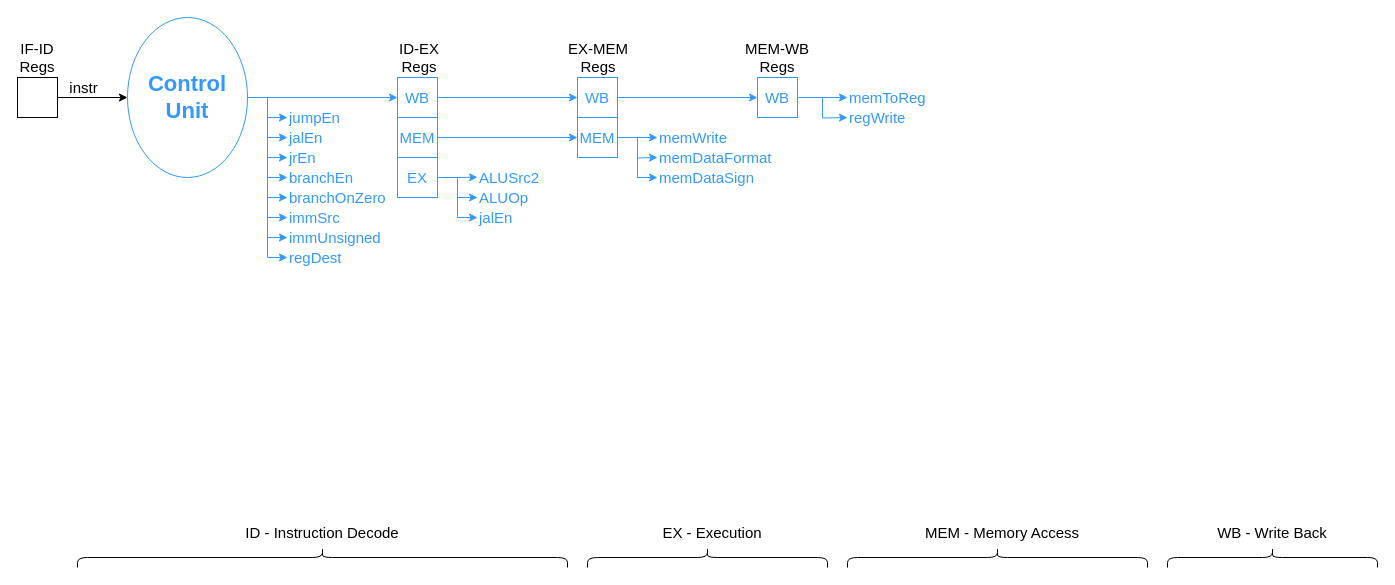
Before: page "CU" (4 of 16) of docs/dlx_architecture.drawio in lorenzobadas/DLX, a draw.io diagram. Source tidied: cells renumbered, new cells numbered last; positions are measured from the earlier drawing's top-left corner, leaving out a move shared by most shapes. Both pictures are drawn from the tidied source at 100%, with x=0, y=0 at pixel (17, 17).
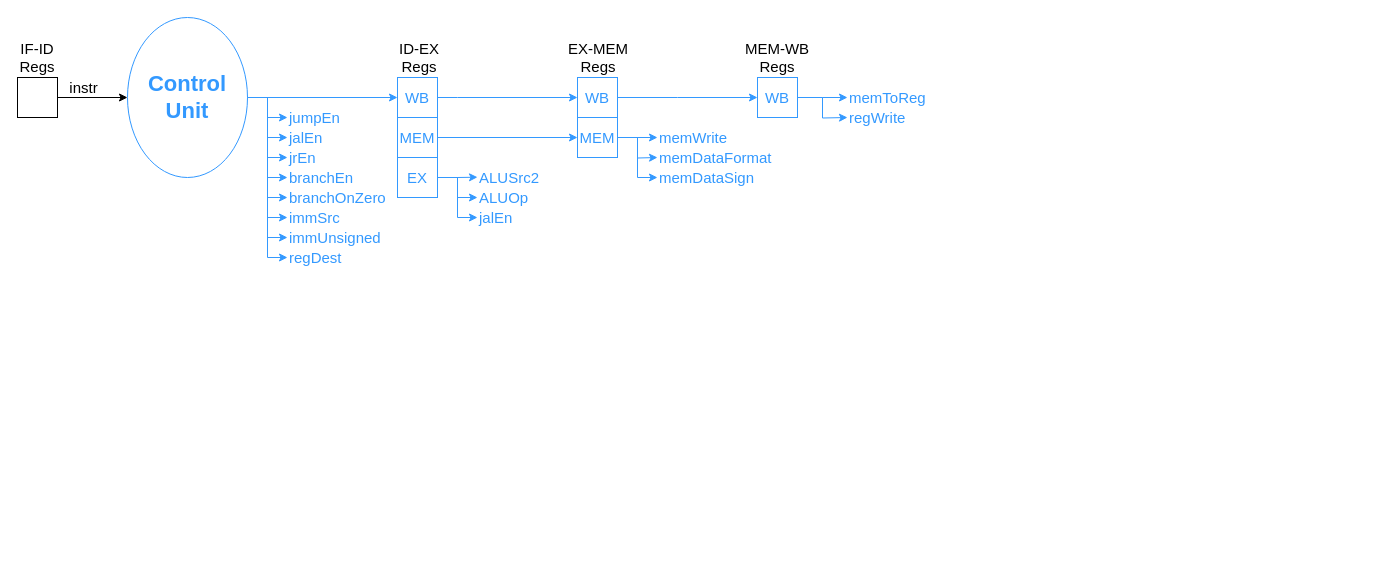
The same page after the edit.

Diff of the diagram source:
```diff
@@
-    <mxCell id="52" style="shape=curlyBracket;whiteSpace=wrap;html=1;rounded=1;flipH=1;labelPosition=right;verticalLabelPosition=middle;align=left;verticalAlign=middle;direction=south;fontSize=15;" parent="1" vertex="1">
-      <mxGeometry x="60" y="530" width="490" height="20" as="geometry" />
-    </mxCell>
-    <mxCell id="53" style="shape=curlyBracket;whiteSpace=wrap;html=1;rounded=1;flipH=1;labelPosition=right;verticalLabelPosition=middle;align=left;verticalAlign=middle;direction=south;fontSize=15;" parent="1" vertex="1">
-      <mxGeometry x="570" y="530" width="240" height="20" as="geometry" />
-    </mxCell>
-    <mxCell id="54" style="shape=curlyBracket;whiteSpace=wrap;html=1;rounded=1;flipH=1;labelPosition=right;verticalLabelPosition=middle;align=left;verticalAlign=middle;direction=south;fontSize=15;" parent="1" vertex="1">
-      <mxGeometry x="830" y="530" width="300" height="20" as="geometry" />
-    </mxCell>
-    <mxCell id="55" style="shape=curlyBracket;whiteSpace=wrap;html=1;rounded=1;flipH=1;labelPosition=right;verticalLabelPosition=middle;align=left;verticalAlign=middle;direction=south;fontSize=15;" parent="1" vertex="1">
-      <mxGeometry x="1150" y="530" width="210" height="20" as="geometry" />
-    </mxCell>
-    <mxCell id="56" value="&lt;font&gt;ID - Instruction Decode&lt;/font&gt;" style="text;html=1;align=center;verticalAlign=middle;whiteSpace=wrap;rounded=0;fontSize=15;" parent="1" vertex="1">
-      <mxGeometry x="220" y="500" width="170" height="30" as="geometry" />
-    </mxCell>
-    <mxCell id="57" value="&lt;font&gt;EX - Execution&lt;/font&gt;" style="text;html=1;align=center;verticalAlign=middle;whiteSpace=wrap;rounded=0;fontSize=15;" parent="1" vertex="1">
-      <mxGeometry x="620" y="500" width="150" height="30" as="geometry" />
-    </mxCell>
-    <mxCell id="58" value="&lt;font&gt;MEM - Memory Access&lt;/font&gt;" style="text;html=1;align=center;verticalAlign=middle;whiteSpace=wrap;rounded=0;fontSize=15;" parent="1" vertex="1">
-      <mxGeometry x="900" y="500" width="170" height="30" as="geometry" />
-    </mxCell>
-    <mxCell id="59" value="&lt;font&gt;WB - Write Back&lt;/font&gt;" style="text;html=1;align=center;verticalAlign=middle;whiteSpace=wrap;rounded=0;fontSize=15;" parent="1" vertex="1">
-      <mxGeometry x="1180" y="500" width="150" height="30" as="geometry" />
-    </mxCell>
```
